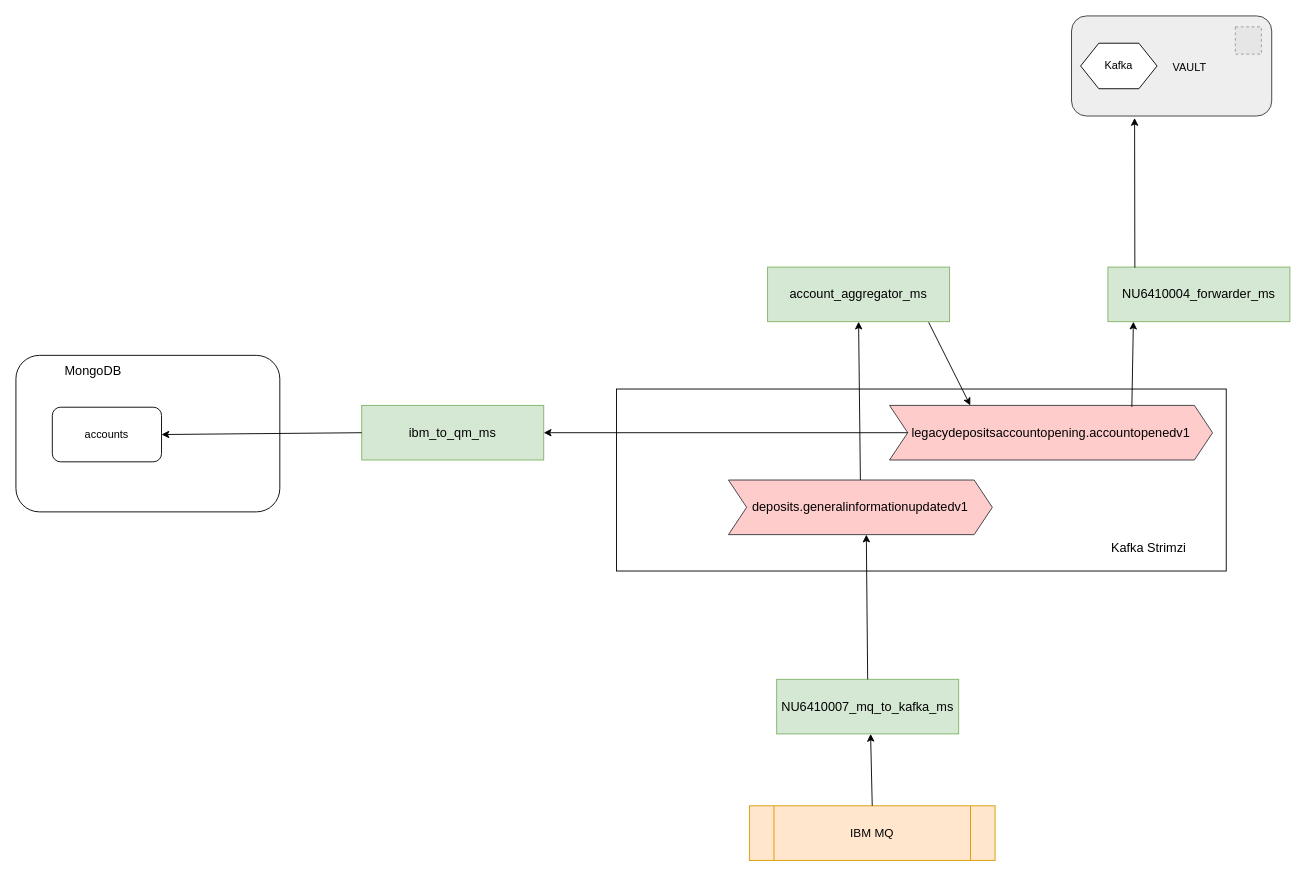
Earlier version of the draw.io diagram page "Page-1" (1 of 2) of QM_actual.drawio (rdlarosa2/x4). Source tidied: cells renumbered, new cells numbered last; positions are measured from the earlier drawing's top-left corner, leaving out a move shared by most shapes. Both pictures are drawn from the tidied source at 91%, with x=0, y=0 at pixel (15, 15). Pictures stored in the file or linked from it are replaced by grey dashed boxes.
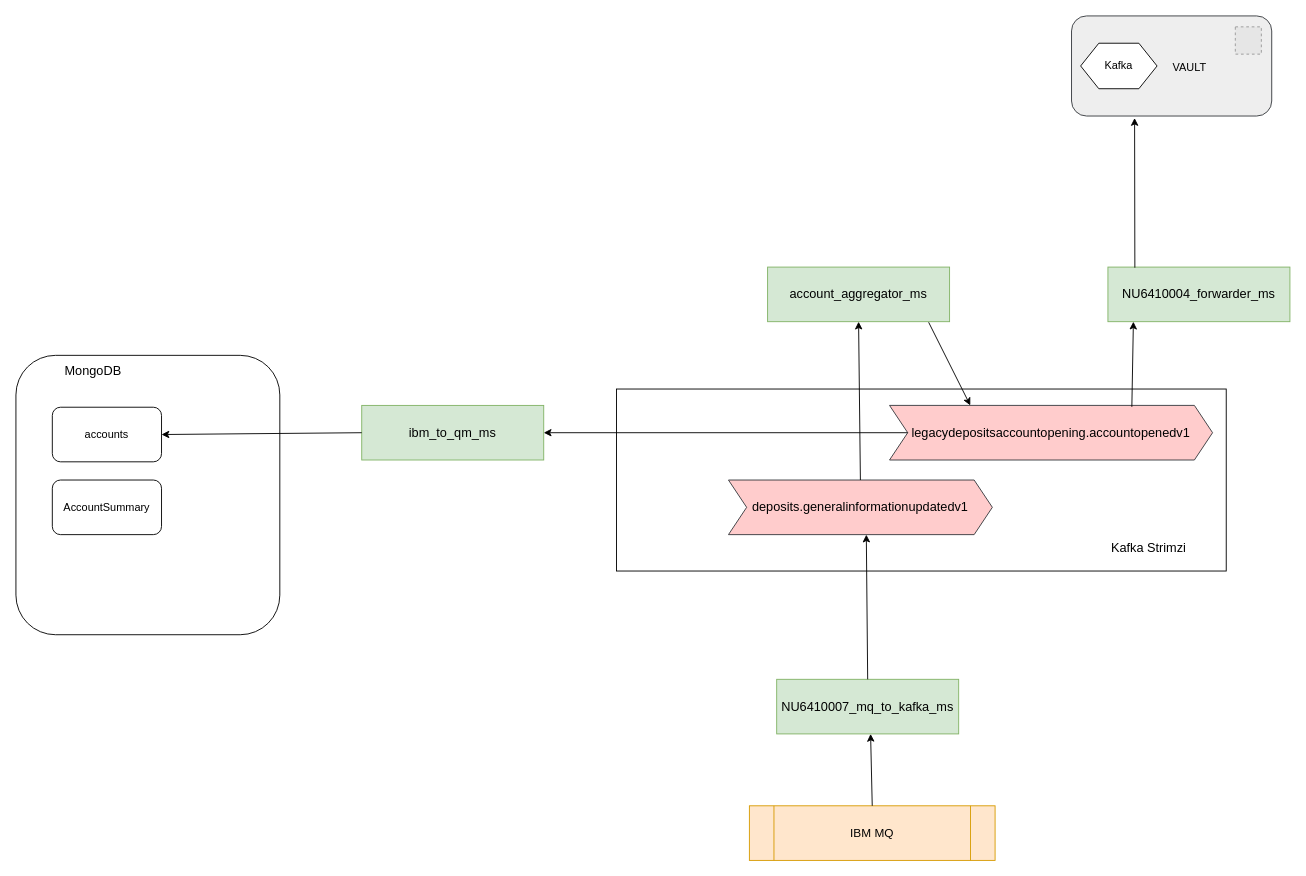
The same diagram, later.

Change to the diagram source:
```diff
@@
     <mxCell id="20" style="rounded=1;whiteSpace=wrap;html=1;" parent="1" vertex="1">
-      <mxGeometry y="373" width="290" height="172" as="geometry" />
+      <mxGeometry y="373" width="290" height="307" as="geometry" />
     </mxCell>
@@
+    <mxCell id="26" value="AccountSummary" style="rounded=1;whiteSpace=wrap;html=1;" parent="1" vertex="1">
+      <mxGeometry x="40" y="510" width="120" height="60" as="geometry" />
+    </mxCell>
```
